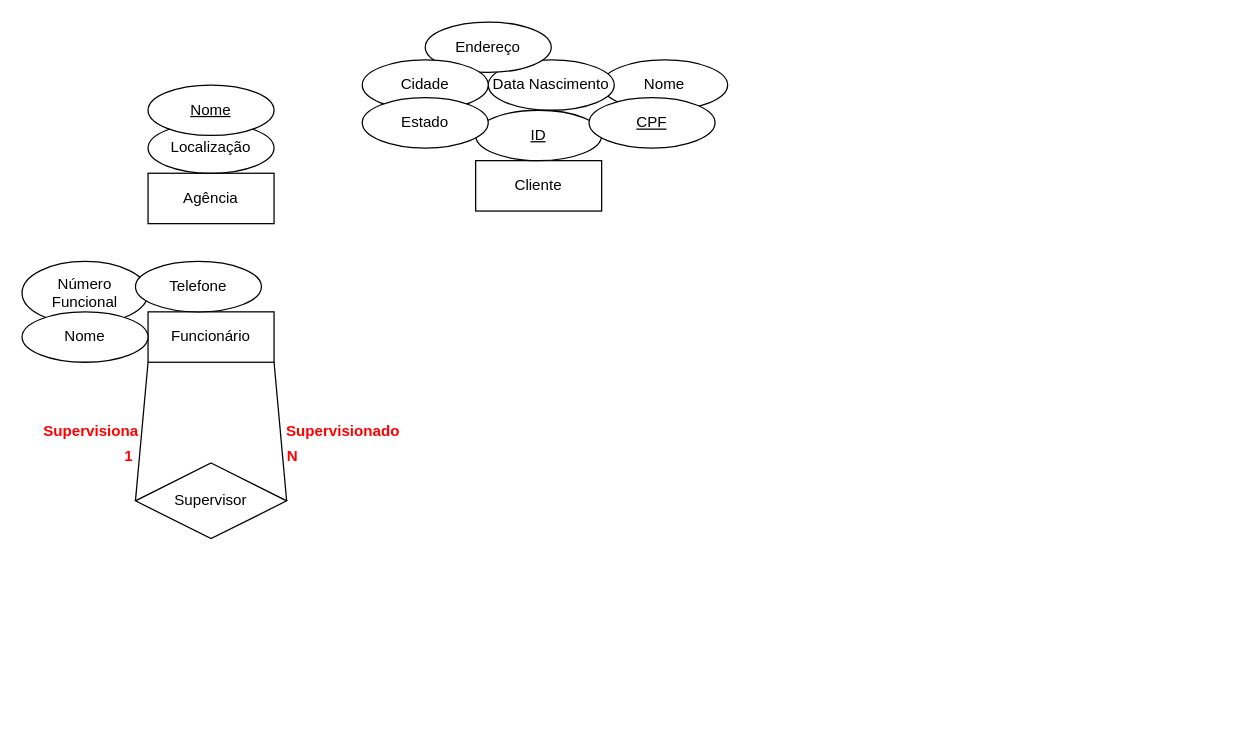
This is Aula 2 - Ex 3.drawio from artfrc/SBD, a draw.io file, before an edit. Source tidied: cells renumbered, new cells numbered last; positions are measured from the earlier drawing's top-left corner, leaving out a move shared by most shapes. Both pictures are drawn from the tidied source at 126%, with x=0, y=0 at pixel (21, 21).
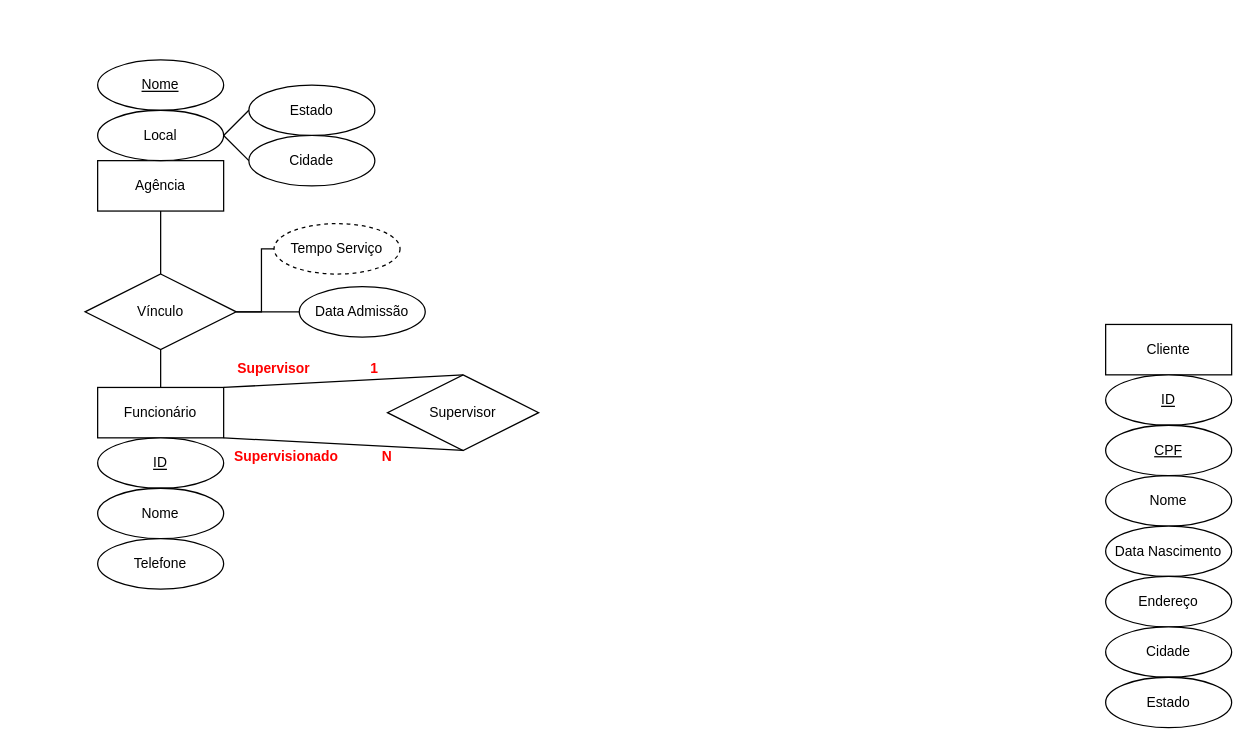
Above is the later version.

The edit, as a diff of the source:
```diff
@@
-    <mxCell id="2" value="Agência" style="whiteSpace=wrap;html=1;align=center;" parent="1" vertex="1">
-      <mxGeometry x="100" y="120" width="100" height="40" as="geometry" />
+    <mxCell id="2" value="Agência" style="whiteSpace=wrap;html=1;align=center;fontSize=11;fontColor=#000000;" parent="1" vertex="1">
+      <mxGeometry x="60" y="110" width="100" height="40" as="geometry" />
     </mxCell>
-    <mxCell id="3" value="Localização" style="ellipse;whiteSpace=wrap;html=1;align=center;fontStyle=0;" parent="1" vertex="1">
-      <mxGeometry x="100" y="80" width="100" height="40" as="geometry" />
-    </mxCell>
-    <mxCell id="4" value="&lt;u&gt;Nome&lt;/u&gt;" style="ellipse;whiteSpace=wrap;html=1;align=center;" parent="1" vertex="1">
-      <mxGeometry x="100" y="50" width="100" height="40" as="geometry" />
-    </mxCell>
+    <mxCell id="24" value="Local" style="ellipse;whiteSpace=wrap;html=1;align=center;fontSize=11;fontColor=#000000;" parent="1" vertex="1">
+      <mxGeometry x="60" y="70" width="100" height="40" as="geometry" />
+    </mxCell>
+    <mxCell id="25" value="Cidade" style="ellipse;whiteSpace=wrap;html=1;align=center;fontSize=11;fontColor=#000000;" parent="1" vertex="1">
+      <mxGeometry x="180" y="90" width="100" height="40" as="geometry" />
+    </mxCell>
+    <mxCell id="26" value="Estado" style="ellipse;whiteSpace=wrap;html=1;align=center;fontSize=11;fontColor=#000000;" parent="1" vertex="1">
+      <mxGeometry x="180" y="50" width="100" height="40" as="geometry" />
+    </mxCell>
+    <mxCell id="27" style="endArrow=none;html=1;rounded=0;fontSize=11;fontColor=#000000;strokeWidth=1;exitX=1;exitY=0.5;exitDx=0;exitDy=0;" parent="1" edge="1" source="24">
+      <mxGeometry relative="1" as="geometry">
+        <mxPoint x="180" y="70" as="targetPoint" />
+      </mxGeometry>
+    </mxCell>
+    <mxCell id="28" style="endArrow=none;html=1;rounded=0;fontSize=11;fontColor=#000000;strokeWidth=1;entryX=0;entryY=0.5;entryDx=0;entryDy=0;" parent="1" edge="1" target="25">
+      <mxGeometry relative="1" as="geometry">
+        <mxPoint x="160" y="90" as="sourcePoint" />
+      </mxGeometry>
+    </mxCell>
+    <mxCell id="29" value="Nome" style="ellipse;whiteSpace=wrap;html=1;align=center;fontStyle=4;fontSize=11;fontColor=#000000;" parent="1" vertex="1">
+      <mxGeometry x="60" y="30" width="100" height="40" as="geometry" />
+    </mxCell>
-    <mxCell id="5" value="Cliente" style="whiteSpace=wrap;html=1;align=center;" parent="1" vertex="1">
-      <mxGeometry x="360" y="110" width="100" height="40" as="geometry" />
+    <mxCell id="5" value="Cliente" style="whiteSpace=wrap;html=1;align=center;fontSize=11;fontColor=#000000;" parent="1" vertex="1">
+      <mxGeometry x="860" y="240" width="100" height="40" as="geometry" />
     </mxCell>
-    <mxCell id="6" value="ID" style="ellipse;whiteSpace=wrap;html=1;align=center;fontStyle=4;" parent="1" vertex="1">
-      <mxGeometry x="360" y="70" width="100" height="40" as="geometry" />
-    </mxCell>
-    <mxCell id="7" value="Nome" style="ellipse;whiteSpace=wrap;html=1;align=center;" parent="1" vertex="1">
-      <mxGeometry x="460" y="30" width="100" height="40" as="geometry" />
-    </mxCell>
+    <mxCell id="30" value="ID" style="ellipse;whiteSpace=wrap;html=1;align=center;fontStyle=4;fontSize=11;fontColor=#000000;" parent="1" vertex="1">
+      <mxGeometry x="860" y="280" width="100" height="40" as="geometry" />
+    </mxCell>
+    <mxCell id="31" value="Nome" style="ellipse;whiteSpace=wrap;html=1;align=center;fontSize=11;fontColor=#000000;" parent="1" vertex="1">
+      <mxGeometry x="860" y="360" width="100" height="40" as="geometry" />
+    </mxCell>
-    <mxCell id="8" value="&lt;u&gt;CPF&lt;/u&gt;" style="ellipse;whiteSpace=wrap;html=1;align=center;" parent="1" vertex="1">
-      <mxGeometry x="450" y="60" width="100" height="40" as="geometry" />
+    <mxCell id="8" value="CPF" style="ellipse;whiteSpace=wrap;html=1;align=center;fontSize=11;fontColor=#000000;fontStyle=4;" parent="1" vertex="1">
+      <mxGeometry x="860" y="320" width="100" height="40" as="geometry" />
     </mxCell>
-    <mxCell id="9" value="Data Nascimento" style="ellipse;whiteSpace=wrap;html=1;align=center;" parent="1" vertex="1">
-      <mxGeometry x="370" y="30" width="100" height="40" as="geometry" />
+    <mxCell id="9" value="Data Nascimento" style="ellipse;whiteSpace=wrap;html=1;align=center;fontSize=11;fontColor=#000000;" parent="1" vertex="1">
+      <mxGeometry x="860" y="400" width="100" height="40" as="geometry" />
     </mxCell>
-    <mxCell id="10" value="Endereço" style="ellipse;whiteSpace=wrap;html=1;align=center;" parent="1" vertex="1">
-      <mxGeometry x="320" width="100" height="40" as="geometry" />
+    <mxCell id="10" value="Endereço" style="ellipse;whiteSpace=wrap;html=1;align=center;fontSize=11;fontColor=#000000;" parent="1" vertex="1">
+      <mxGeometry x="860" y="440" width="100" height="40" as="geometry" />
     </mxCell>
-    <mxCell id="11" value="Cidade" style="ellipse;whiteSpace=wrap;html=1;align=center;" parent="1" vertex="1">
-      <mxGeometry x="270" y="30" width="100" height="40" as="geometry" />
-    </mxCell>
-    <mxCell id="12" value="Estado" style="ellipse;whiteSpace=wrap;html=1;align=center;" parent="1" vertex="1">
-      <mxGeometry x="270" y="60" width="100" height="40" as="geometry" />
-    </mxCell>
+    <mxCell id="32" value="Cidade" style="ellipse;whiteSpace=wrap;html=1;align=center;fontSize=11;fontColor=#000000;" parent="1" vertex="1">
+      <mxGeometry x="860" y="480" width="100" height="40" as="geometry" />
+    </mxCell>
+    <mxCell id="33" value="Estado" style="ellipse;whiteSpace=wrap;html=1;align=center;fontSize=11;fontColor=#000000;" parent="1" vertex="1">
+      <mxGeometry x="860" y="520" width="100" height="40" as="geometry" />
+    </mxCell>
-    <mxCell id="13" value="Funcionário" style="whiteSpace=wrap;html=1;align=center;" parent="1" vertex="1">
-      <mxGeometry x="100" y="230" width="100" height="40" as="geometry" />
+    <mxCell id="13" value="Funcionário" style="whiteSpace=wrap;html=1;align=center;fontSize=11;fontColor=#000000;" parent="1" vertex="1">
+      <mxGeometry x="60" y="290" width="100" height="40" as="geometry" />
     </mxCell>
-    <mxCell id="14" value="Número Funcional" style="ellipse;whiteSpace=wrap;html=1;align=center;" parent="1" vertex="1">
-      <mxGeometry y="190" width="100" height="50" as="geometry" />
-    </mxCell>
-    <mxCell id="15" value="Nome" style="ellipse;whiteSpace=wrap;html=1;align=center;" parent="1" vertex="1">
-      <mxGeometry y="230" width="100" height="40" as="geometry" />
-    </mxCell>
+    <mxCell id="34" value="ID" style="ellipse;whiteSpace=wrap;html=1;align=center;fontStyle=4;fontSize=11;fontColor=#000000;" parent="1" vertex="1">
+      <mxGeometry x="60" y="330" width="100" height="40" as="geometry" />
+    </mxCell>
+    <mxCell id="35" value="Nome" style="ellipse;whiteSpace=wrap;html=1;align=center;fontSize=11;fontColor=#000000;" parent="1" vertex="1">
+      <mxGeometry x="60" y="370" width="100" height="40" as="geometry" />
+    </mxCell>
-    <mxCell id="16" value="Telefone" style="ellipse;whiteSpace=wrap;html=1;align=center;" parent="1" vertex="1">
-      <mxGeometry x="90" y="190" width="100" height="40" as="geometry" />
+    <mxCell id="16" value="Telefone" style="ellipse;whiteSpace=wrap;html=1;align=center;fontSize=11;fontColor=#000000;" parent="1" vertex="1">
+      <mxGeometry x="60" y="410" width="100" height="40" as="geometry" />
     </mxCell>
-    <mxCell id="17" value="Supervisor" style="shape=rhombus;perimeter=rhombusPerimeter;whiteSpace=wrap;html=1;align=center;" parent="1" vertex="1">
-      <mxGeometry x="90" y="350" width="120" height="60" as="geometry" />
-    </mxCell>
-    <mxCell id="18" style="endArrow=none;html=1;rounded=0;exitX=0;exitY=1;exitDx=0;exitDy=0;entryX=0;entryY=0.5;entryDx=0;entryDy=0;" parent="1" edge="1" source="13" target="17">
-      <mxGeometry relative="1" as="geometry" />
-    </mxCell>
-    <mxCell id="19" style="endArrow=none;html=1;rounded=0;exitX=1;exitY=1;exitDx=0;exitDy=0;entryX=1;entryY=0.5;entryDx=0;entryDy=0;" parent="1" edge="1" source="13" target="17">
-      <mxGeometry relative="1" as="geometry" />
-    </mxCell>
-    <mxCell id="20" value="Supervisiona" style="text;html=1;strokeColor=none;fillColor=none;align=center;verticalAlign=middle;whiteSpace=wrap;rounded=0;fontColor=#FF0000;fontStyle=1;" parent="1" vertex="1">
-      <mxGeometry x="10" y="310" width="90" height="30" as="geometry" />
-    </mxCell>
+    <mxCell id="36" value="Supervisor" style="shape=rhombus;perimeter=rhombusPerimeter;whiteSpace=wrap;html=1;align=center;fontSize=11;fontColor=#000000;" parent="1" vertex="1">
+      <mxGeometry x="290" y="280" width="120" height="60" as="geometry" />
+    </mxCell>
+    <mxCell id="37" style="endArrow=none;html=1;rounded=0;fontSize=11;fontColor=#000000;strokeWidth=1;exitX=1;exitY=0;exitDx=0;exitDy=0;entryX=0.5;entryY=0;entryDx=0;entryDy=0;" parent="1" edge="1" source="13" target="36">
+      <mxGeometry relative="1" as="geometry" />
+    </mxCell>
+    <mxCell id="38" style="endArrow=none;html=1;rounded=0;fontSize=11;fontColor=#000000;strokeWidth=1;exitX=1;exitY=1;exitDx=0;exitDy=0;entryX=0.5;entryY=1;entryDx=0;entryDy=0;" parent="1" edge="1" source="13" target="36">
+      <mxGeometry relative="1" as="geometry" />
+    </mxCell>
-    <mxCell id="21" value="Supervisionado" style="text;html=1;strokeColor=none;fillColor=none;align=center;verticalAlign=middle;whiteSpace=wrap;rounded=0;fontColor=#FF0000;fontStyle=1;" parent="1" vertex="1">
-      <mxGeometry x="210" y="310" width="90" height="30" as="geometry" />
+    <mxCell id="21" value="&lt;b&gt;&lt;font color=&quot;#ff0000&quot;&gt;Supervisionado&lt;/font&gt;&lt;/b&gt;" style="text;html=1;strokeColor=none;fillColor=none;align=center;verticalAlign=middle;whiteSpace=wrap;rounded=0;fontSize=11;fontColor=#000000;" parent="1" vertex="1">
+      <mxGeometry x="180" y="330" width="60" height="30" as="geometry" />
     </mxCell>
+    <mxCell id="39" value="&lt;b&gt;&lt;font color=&quot;#ff0000&quot;&gt;Supervisor&lt;/font&gt;&lt;/b&gt;" style="text;html=1;strokeColor=none;fillColor=none;align=center;verticalAlign=middle;whiteSpace=wrap;rounded=0;fontSize=11;fontColor=#000000;" parent="1" vertex="1">
+      <mxGeometry x="170" y="260" width="60" height="30" as="geometry" />
+    </mxCell>
-    <mxCell id="22" value="1" style="text;html=1;strokeColor=none;fillColor=none;align=center;verticalAlign=middle;whiteSpace=wrap;rounded=0;fontColor=#FF0000;fontStyle=1;" parent="1" vertex="1">
-      <mxGeometry x="40" y="330" width="90" height="30" as="geometry" />
+    <mxCell id="22" value="&lt;b&gt;&lt;font color=&quot;#ff0000&quot;&gt;1&lt;/font&gt;&lt;/b&gt;" style="text;html=1;strokeColor=none;fillColor=none;align=center;verticalAlign=middle;whiteSpace=wrap;rounded=0;fontSize=11;fontColor=#000000;" parent="1" vertex="1">
+      <mxGeometry x="250" y="260" width="60" height="30" as="geometry" />
     </mxCell>
-    <mxCell id="23" value="N" style="text;html=1;strokeColor=none;fillColor=none;align=center;verticalAlign=middle;whiteSpace=wrap;rounded=0;fontColor=#FF0000;fontStyle=1;" parent="1" vertex="1">
-      <mxGeometry x="170" y="330" width="90" height="30" as="geometry" />
+    <mxCell id="23" value="&lt;b&gt;&lt;font color=&quot;#ff0000&quot;&gt;N&lt;/font&gt;&lt;/b&gt;" style="text;html=1;strokeColor=none;fillColor=none;align=center;verticalAlign=middle;whiteSpace=wrap;rounded=0;fontSize=11;fontColor=#000000;" parent="1" vertex="1">
+      <mxGeometry x="260" y="330" width="60" height="30" as="geometry" />
     </mxCell>
+    <mxCell id="40" style="edgeStyle=orthogonalEdgeStyle;rounded=0;jettySize=auto;html=1;exitX=0.5;exitY=1;exitDx=0;exitDy=0;entryX=0.5;entryY=0;entryDx=0;entryDy=0;fontSize=11;fontColor=#000000;endArrow=none;endFill=0;strokeWidth=1;" parent="1" edge="1" source="44" target="13">
+      <mxGeometry relative="1" as="geometry" />
+    </mxCell>
+    <mxCell id="41" style="edgeStyle=orthogonalEdgeStyle;rounded=0;jettySize=auto;html=1;exitX=0.5;exitY=0;exitDx=0;exitDy=0;entryX=0.5;entryY=1;entryDx=0;entryDy=0;fontSize=11;fontColor=#000000;endArrow=none;endFill=0;strokeWidth=1;" parent="1" edge="1" source="44" target="2">
+      <mxGeometry relative="1" as="geometry" />
+    </mxCell>
+    <mxCell id="42" style="edgeStyle=orthogonalEdgeStyle;rounded=0;jettySize=auto;html=1;exitX=1;exitY=0.5;exitDx=0;exitDy=0;fontSize=11;fontColor=#000000;endArrow=none;endFill=0;strokeWidth=1;" parent="1" edge="1" source="44" target="45">
+      <mxGeometry relative="1" as="geometry" />
+    </mxCell>
+    <mxCell id="43" style="edgeStyle=orthogonalEdgeStyle;rounded=0;jettySize=auto;html=1;exitX=1;exitY=0.5;exitDx=0;exitDy=0;entryX=0;entryY=0.5;entryDx=0;entryDy=0;fontSize=11;fontColor=#000000;endArrow=none;endFill=0;strokeWidth=1;" parent="1" edge="1" source="44" target="46">
+      <mxGeometry relative="1" as="geometry" />
+    </mxCell>
+    <mxCell id="44" value="Vínculo" style="shape=rhombus;perimeter=rhombusPerimeter;whiteSpace=wrap;html=1;align=center;fontSize=11;fontColor=#000000;" parent="1" vertex="1">
+      <mxGeometry x="50" y="200" width="120" height="60" as="geometry" />
+    </mxCell>
+    <mxCell id="45" value="Data Admissão" style="ellipse;whiteSpace=wrap;html=1;align=center;fontSize=11;fontColor=#000000;" parent="1" vertex="1">
+      <mxGeometry x="220" y="210" width="100" height="40" as="geometry" />
+    </mxCell>
+    <mxCell id="46" value="Tempo Serviço" style="ellipse;whiteSpace=wrap;html=1;align=center;dashed=1;fontSize=11;fontColor=#000000;" parent="1" vertex="1">
+      <mxGeometry x="200" y="160" width="100" height="40" as="geometry" />
+    </mxCell>
```
